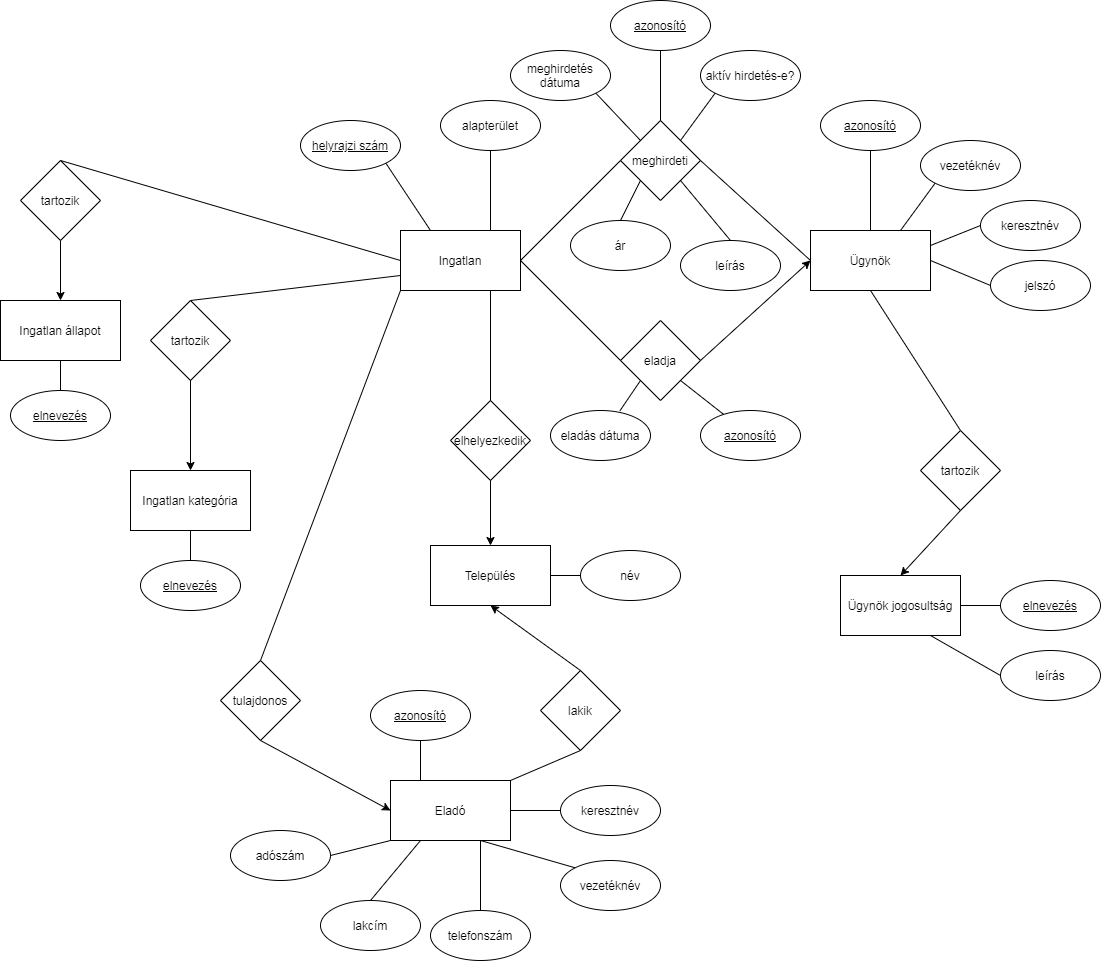
The draw.io diagram ADATBAZIS/IngatlanCentrumEK.png in MiklosArpad/szakdolgozat, before a commit. Source tidied: cells renumbered, new cells last; positions are measured from the earlier drawing's top-left corner, leaving out a move shared by most shapes. The source it was exported from:
```xml
<mxGraphModel>
  <root>
    <mxCell id="0" />
    <mxCell id="1" parent="0" />
    <mxCell id="2" value="Ingatlan" style="rounded=0;whiteSpace=wrap;html=1;" parent="1" vertex="1">
      <mxGeometry x="400" y="230" width="120" height="60" as="geometry" />
    </mxCell>
    <mxCell id="3" value="Település" style="rounded=0;whiteSpace=wrap;html=1;" parent="1" vertex="1">
      <mxGeometry x="430" y="545" width="120" height="60" as="geometry" />
    </mxCell>
    <mxCell id="4" value="Ügynök" style="rounded=0;whiteSpace=wrap;html=1;" parent="1" vertex="1">
      <mxGeometry x="810" y="230" width="120" height="60" as="geometry" />
    </mxCell>
    <mxCell id="5" value="Eladó" style="rounded=0;whiteSpace=wrap;html=1;" parent="1" vertex="1">
      <mxGeometry x="390" y="780" width="120" height="60" as="geometry" />
    </mxCell>
    <mxCell id="6" value="Ügynök jogosultság" style="rounded=0;whiteSpace=wrap;html=1;" parent="1" vertex="1">
      <mxGeometry x="840" y="575" width="120" height="60" as="geometry" />
    </mxCell>
    <mxCell id="7" value="meghirdeti" style="rhombus;whiteSpace=wrap;html=1;" parent="1" vertex="1">
      <mxGeometry x="620" y="120" width="80" height="80" as="geometry" />
    </mxCell>
    <mxCell id="8" style="endArrow=none;html=1;exitX=1;exitY=0.5;exitDx=0;exitDy=0;entryX=0;entryY=0.5;entryDx=0;entryDy=0;" parent="1" edge="1" source="2" target="7">
      <mxGeometry relative="1" as="geometry" />
    </mxCell>
    <mxCell id="9" style="endArrow=none;html=1;entryX=0;entryY=0.5;entryDx=0;entryDy=0;exitX=1;exitY=0.5;exitDx=0;exitDy=0;" parent="1" edge="1" source="7" target="4">
      <mxGeometry relative="1" as="geometry" />
    </mxCell>
    <mxCell id="10" value="aktív hirdetés-e?" style="ellipse;whiteSpace=wrap;html=1;" parent="1" vertex="1">
      <mxGeometry x="700" y="50" width="100" height="50" as="geometry" />
    </mxCell>
    <mxCell id="11" style="endArrow=none;html=1;entryX=0;entryY=1;entryDx=0;entryDy=0;exitX=1;exitY=0;exitDx=0;exitDy=0;" parent="1" edge="1" source="7" target="10">
      <mxGeometry relative="1" as="geometry" />
    </mxCell>
    <mxCell id="12" value="eladja" style="rhombus;whiteSpace=wrap;html=1;" parent="1" vertex="1">
      <mxGeometry x="620" y="320" width="80" height="80" as="geometry" />
    </mxCell>
    <mxCell id="13" style="endArrow=none;html=1;exitX=1;exitY=0.5;exitDx=0;exitDy=0;entryX=0;entryY=0.5;entryDx=0;entryDy=0;" parent="1" edge="1" source="2" target="12">
      <mxGeometry relative="1" as="geometry" />
    </mxCell>
    <mxCell id="14" value="meghirdetés dátuma" style="ellipse;whiteSpace=wrap;html=1;" parent="1" vertex="1">
      <mxGeometry x="510" y="50" width="100" height="50" as="geometry" />
    </mxCell>
    <mxCell id="15" style="endArrow=none;html=1;exitX=0;exitY=0;exitDx=0;exitDy=0;entryX=1;entryY=1;entryDx=0;entryDy=0;" parent="1" edge="1" source="7" target="14">
      <mxGeometry relative="1" as="geometry" />
    </mxCell>
    <mxCell id="16" value="eladás dátuma" style="ellipse;whiteSpace=wrap;html=1;" parent="1" vertex="1">
      <mxGeometry x="550" y="410" width="100" height="50" as="geometry" />
    </mxCell>
    <mxCell id="17" style="endArrow=none;html=1;exitX=0;exitY=1;exitDx=0;exitDy=0;entryX=0.695;entryY=0.004;entryDx=0;entryDy=0;entryPerimeter=0;" parent="1" edge="1" source="12" target="16">
      <mxGeometry relative="1" as="geometry" />
    </mxCell>
    <mxCell id="18" style="endArrow=classic;html=1;exitX=1;exitY=0.5;exitDx=0;exitDy=0;entryX=0;entryY=0.5;entryDx=0;entryDy=0;" parent="1" edge="1" source="12" target="4">
      <mxGeometry relative="1" as="geometry" />
    </mxCell>
    <mxCell id="19" value="azonosító" style="ellipse;whiteSpace=wrap;html=1;fontStyle=4;" parent="1" vertex="1">
      <mxGeometry x="700" y="410" width="100" height="50" as="geometry" />
    </mxCell>
    <mxCell id="20" style="endArrow=none;html=1;exitX=1;exitY=1;exitDx=0;exitDy=0;" parent="1" edge="1" source="12" target="19">
      <mxGeometry relative="1" as="geometry" />
    </mxCell>
    <mxCell id="21" value="helyrajzi szám" style="ellipse;whiteSpace=wrap;html=1;fontStyle=4;" parent="1" vertex="1">
      <mxGeometry x="300" y="120" width="100" height="50" as="geometry" />
    </mxCell>
    <mxCell id="22" style="endArrow=none;html=1;exitX=0.25;exitY=0;exitDx=0;exitDy=0;entryX=1;entryY=1;entryDx=0;entryDy=0;" parent="1" edge="1" source="2" target="21">
      <mxGeometry relative="1" as="geometry" />
    </mxCell>
    <mxCell id="23" value="azonosító" style="ellipse;whiteSpace=wrap;html=1;fontStyle=4;" parent="1" vertex="1">
      <mxGeometry x="610" width="100" height="50" as="geometry" />
    </mxCell>
    <mxCell id="24" style="endArrow=none;html=1;exitX=0.5;exitY=0;exitDx=0;exitDy=0;entryX=0.5;entryY=1;entryDx=0;entryDy=0;" parent="1" edge="1" source="7" target="23">
      <mxGeometry relative="1" as="geometry" />
    </mxCell>
    <mxCell id="25" value="azonosító" style="ellipse;whiteSpace=wrap;html=1;fontStyle=4;" parent="1" vertex="1">
      <mxGeometry x="370" y="690" width="100" height="50" as="geometry" />
    </mxCell>
    <mxCell id="26" style="endArrow=none;html=1;exitX=0.25;exitY=0;exitDx=0;exitDy=0;entryX=0.5;entryY=1;entryDx=0;entryDy=0;fontStyle=4;" parent="1" edge="1" source="5" target="25">
      <mxGeometry relative="1" as="geometry" />
    </mxCell>
    <mxCell id="27" value="jelszó" style="ellipse;whiteSpace=wrap;html=1;fontStyle=0;" parent="1" vertex="1">
      <mxGeometry x="990" y="260" width="100" height="50" as="geometry" />
    </mxCell>
    <mxCell id="28" style="endArrow=none;html=1;entryX=0;entryY=0.5;entryDx=0;entryDy=0;exitX=1;exitY=0.5;exitDx=0;exitDy=0;" parent="1" edge="1" source="4" target="27">
      <mxGeometry relative="1" as="geometry" />
    </mxCell>
    <mxCell id="29" value="leírás" style="ellipse;whiteSpace=wrap;html=1;fontStyle=0;" parent="1" vertex="1">
      <mxGeometry x="680" y="240" width="100" height="50" as="geometry" />
    </mxCell>
    <mxCell id="30" style="endArrow=none;html=1;exitX=1;exitY=1;exitDx=0;exitDy=0;entryX=0.5;entryY=0;entryDx=0;entryDy=0;" parent="1" edge="1" source="7" target="29">
      <mxGeometry relative="1" as="geometry" />
    </mxCell>
    <mxCell id="31" value="ár" style="ellipse;whiteSpace=wrap;html=1;fontStyle=0;" parent="1" vertex="1">
      <mxGeometry x="570" y="220" width="100" height="50" as="geometry" />
    </mxCell>
    <mxCell id="32" style="endArrow=none;html=1;exitX=0;exitY=1;exitDx=0;exitDy=0;entryX=0.5;entryY=0;entryDx=0;entryDy=0;" parent="1" edge="1" source="7" target="31">
      <mxGeometry relative="1" as="geometry" />
    </mxCell>
    <mxCell id="33" value="alapterület" style="ellipse;whiteSpace=wrap;html=1;fontStyle=0;" parent="1" vertex="1">
      <mxGeometry x="440" y="100" width="100" height="50" as="geometry" />
    </mxCell>
    <mxCell id="34" style="endArrow=none;html=1;exitX=0.75;exitY=0;exitDx=0;exitDy=0;entryX=0.5;entryY=1;entryDx=0;entryDy=0;" parent="1" edge="1" source="2" target="33">
      <mxGeometry relative="1" as="geometry" />
    </mxCell>
    <mxCell id="35" value="azonosító" style="ellipse;whiteSpace=wrap;html=1;fontStyle=4;" parent="1" vertex="1">
      <mxGeometry x="820" y="100" width="100" height="50" as="geometry" />
    </mxCell>
    <mxCell id="36" style="endArrow=none;html=1;exitX=0.5;exitY=0;exitDx=0;exitDy=0;entryX=0.5;entryY=1;entryDx=0;entryDy=0;" parent="1" edge="1" source="4" target="35">
      <mxGeometry relative="1" as="geometry" />
    </mxCell>
    <mxCell id="37" value="vezetéknév" style="ellipse;whiteSpace=wrap;html=1;fontStyle=0;" parent="1" vertex="1">
      <mxGeometry x="560" y="860" width="100" height="50" as="geometry" />
    </mxCell>
    <mxCell id="38" style="endArrow=none;html=1;entryX=0;entryY=0;entryDx=0;entryDy=0;exitX=0.75;exitY=1;exitDx=0;exitDy=0;" parent="1" edge="1" source="5" target="37">
      <mxGeometry relative="1" as="geometry" />
    </mxCell>
    <mxCell id="39" value="keresztnév" style="ellipse;whiteSpace=wrap;html=1;fontStyle=0;" parent="1" vertex="1">
      <mxGeometry x="560" y="785" width="100" height="50" as="geometry" />
    </mxCell>
    <mxCell id="40" style="endArrow=none;html=1;entryX=0;entryY=0.5;entryDx=0;entryDy=0;exitX=1;exitY=0.5;exitDx=0;exitDy=0;" parent="1" edge="1" source="5" target="39">
      <mxGeometry relative="1" as="geometry" />
    </mxCell>
    <mxCell id="41" style="endArrow=none;html=1;entryX=0.75;entryY=0;entryDx=0;entryDy=0;exitX=0;exitY=1;exitDx=0;exitDy=0;" parent="1" edge="1" source="44" target="4">
      <mxGeometry relative="1" as="geometry" />
    </mxCell>
    <mxCell id="42" value="keresztnév" style="ellipse;whiteSpace=wrap;html=1;fontStyle=0;" parent="1" vertex="1">
      <mxGeometry x="980" y="200" width="100" height="50" as="geometry" />
    </mxCell>
    <mxCell id="43" style="endArrow=none;html=1;entryX=0;entryY=0.5;entryDx=0;entryDy=0;exitX=1;exitY=0.25;exitDx=0;exitDy=0;" parent="1" edge="1" source="4" target="42">
      <mxGeometry relative="1" as="geometry" />
    </mxCell>
    <mxCell id="44" value="vezetéknév" style="ellipse;whiteSpace=wrap;html=1;fontStyle=0;" parent="1" vertex="1">
      <mxGeometry x="920" y="140" width="100" height="50" as="geometry" />
    </mxCell>
    <mxCell id="45" value="lakik" style="rhombus;whiteSpace=wrap;html=1;" parent="1" vertex="1">
      <mxGeometry x="540" y="670" width="80" height="80" as="geometry" />
    </mxCell>
    <mxCell id="46" value="elhelyezkedik" style="rhombus;whiteSpace=wrap;html=1;" parent="1" vertex="1">
      <mxGeometry x="450" y="400" width="80" height="80" as="geometry" />
    </mxCell>
    <mxCell id="47" value="tartozik" style="rhombus;whiteSpace=wrap;html=1;" parent="1" vertex="1">
      <mxGeometry x="150" y="300" width="80" height="80" as="geometry" />
    </mxCell>
    <mxCell id="48" value="tartozik" style="rhombus;whiteSpace=wrap;html=1;" parent="1" vertex="1">
      <mxGeometry x="20" y="160" width="80" height="80" as="geometry" />
    </mxCell>
    <mxCell id="49" value="tartozik" style="rhombus;whiteSpace=wrap;html=1;" parent="1" vertex="1">
      <mxGeometry x="920" y="430" width="80" height="80" as="geometry" />
    </mxCell>
    <mxCell id="50" style="endArrow=none;html=1;exitX=0.5;exitY=0;exitDx=0;exitDy=0;entryX=0.75;entryY=1;entryDx=0;entryDy=0;" parent="1" edge="1" source="46" target="2">
      <mxGeometry relative="1" as="geometry" />
    </mxCell>
    <mxCell id="51" style="endArrow=classic;html=1;entryX=0.5;entryY=0;entryDx=0;entryDy=0;exitX=0.5;exitY=1;exitDx=0;exitDy=0;" parent="1" edge="1" source="46" target="3">
      <mxGeometry relative="1" as="geometry" />
    </mxCell>
    <mxCell id="52" value="név" style="ellipse;whiteSpace=wrap;html=1;fontStyle=0;" parent="1" vertex="1">
      <mxGeometry x="580" y="550" width="100" height="50" as="geometry" />
    </mxCell>
    <mxCell id="53" style="endArrow=none;html=1;entryX=0;entryY=0.5;entryDx=0;entryDy=0;exitX=1;exitY=0.5;exitDx=0;exitDy=0;" parent="1" edge="1" source="3" target="52">
      <mxGeometry relative="1" as="geometry" />
    </mxCell>
    <mxCell id="54" style="endArrow=classic;html=1;entryX=0.5;entryY=0;entryDx=0;entryDy=0;exitX=0.5;exitY=1;exitDx=0;exitDy=0;" parent="1" edge="1" source="49" target="6">
      <mxGeometry relative="1" as="geometry" />
    </mxCell>
    <mxCell id="55" style="endArrow=none;html=1;entryX=0.5;entryY=1;entryDx=0;entryDy=0;exitX=0.5;exitY=0;exitDx=0;exitDy=0;" parent="1" edge="1" source="49" target="4">
      <mxGeometry relative="1" as="geometry" />
    </mxCell>
    <mxCell id="56" value="elnevezés" style="ellipse;whiteSpace=wrap;html=1;fontStyle=4;" parent="1" vertex="1">
      <mxGeometry x="1000" y="580" width="100" height="50" as="geometry" />
    </mxCell>
    <mxCell id="57" style="endArrow=none;html=1;entryX=0;entryY=0.5;entryDx=0;entryDy=0;exitX=1;exitY=0.5;exitDx=0;exitDy=0;" parent="1" edge="1" source="6" target="56">
      <mxGeometry relative="1" as="geometry" />
    </mxCell>
    <mxCell id="58" style="endArrow=classic;html=1;entryX=0.5;entryY=1;entryDx=0;entryDy=0;exitX=0.5;exitY=0;exitDx=0;exitDy=0;" parent="1" edge="1" source="45" target="3">
      <mxGeometry relative="1" as="geometry" />
    </mxCell>
    <mxCell id="59" style="endArrow=none;html=1;entryX=0.5;entryY=1;entryDx=0;entryDy=0;exitX=1;exitY=0;exitDx=0;exitDy=0;" parent="1" edge="1" source="5" target="45">
      <mxGeometry relative="1" as="geometry" />
    </mxCell>
    <mxCell id="60" value="Ingatlan kategória" style="rounded=0;whiteSpace=wrap;html=1;" parent="1" vertex="1">
      <mxGeometry x="130" y="470" width="120" height="60" as="geometry" />
    </mxCell>
    <mxCell id="61" value="elnevezés" style="ellipse;whiteSpace=wrap;html=1;fontStyle=4;" parent="1" vertex="1">
      <mxGeometry x="140" y="560" width="100" height="50" as="geometry" />
    </mxCell>
    <mxCell id="62" style="endArrow=none;html=1;entryX=0.5;entryY=0;entryDx=0;entryDy=0;exitX=0.5;exitY=1;exitDx=0;exitDy=0;" parent="1" edge="1" source="60" target="61">
      <mxGeometry relative="1" as="geometry" />
    </mxCell>
    <mxCell id="63" value="Ingatlan állapot" style="rounded=0;whiteSpace=wrap;html=1;" parent="1" vertex="1">
      <mxGeometry y="300" width="120" height="60" as="geometry" />
    </mxCell>
    <mxCell id="64" value="elnevezés" style="ellipse;whiteSpace=wrap;html=1;fontStyle=4;" parent="1" vertex="1">
      <mxGeometry x="10" y="390" width="100" height="50" as="geometry" />
    </mxCell>
    <mxCell id="65" style="endArrow=none;html=1;entryX=0.5;entryY=0;entryDx=0;entryDy=0;exitX=0.5;exitY=1;exitDx=0;exitDy=0;" parent="1" edge="1" source="63" target="64">
      <mxGeometry relative="1" as="geometry" />
    </mxCell>
    <mxCell id="66" style="endArrow=classic;html=1;exitX=0.5;exitY=1;exitDx=0;exitDy=0;entryX=0.5;entryY=0;entryDx=0;entryDy=0;" parent="1" edge="1" source="47" target="60">
      <mxGeometry relative="1" as="geometry" />
    </mxCell>
    <mxCell id="67" style="endArrow=classic;html=1;exitX=0.5;exitY=1;exitDx=0;exitDy=0;entryX=0.5;entryY=0;entryDx=0;entryDy=0;" parent="1" edge="1" source="48" target="63">
      <mxGeometry relative="1" as="geometry" />
    </mxCell>
    <mxCell id="68" style="endArrow=none;html=1;exitX=0.5;exitY=0;exitDx=0;exitDy=0;entryX=0;entryY=0.75;entryDx=0;entryDy=0;" parent="1" edge="1" source="47" target="2">
      <mxGeometry relative="1" as="geometry" />
    </mxCell>
    <mxCell id="69" style="endArrow=none;html=1;exitX=0.5;exitY=0;exitDx=0;exitDy=0;entryX=0;entryY=0.5;entryDx=0;entryDy=0;" parent="1" edge="1" source="48" target="2">
      <mxGeometry relative="1" as="geometry" />
    </mxCell>
    <mxCell id="70" value="tulajdonos" style="rhombus;whiteSpace=wrap;html=1;" parent="1" vertex="1">
      <mxGeometry x="220" y="660" width="80" height="80" as="geometry" />
    </mxCell>
    <mxCell id="71" style="endArrow=classic;html=1;exitX=0.5;exitY=1;exitDx=0;exitDy=0;entryX=0;entryY=0.5;entryDx=0;entryDy=0;" parent="1" edge="1" source="70" target="5">
      <mxGeometry relative="1" as="geometry" />
    </mxCell>
    <mxCell id="72" style="endArrow=none;html=1;exitX=0.5;exitY=0;exitDx=0;exitDy=0;entryX=0;entryY=1;entryDx=0;entryDy=0;" parent="1" edge="1" source="70" target="2">
      <mxGeometry relative="1" as="geometry" />
    </mxCell>
    <mxCell id="73" value="telefonszám" style="ellipse;whiteSpace=wrap;html=1;fontStyle=0;" parent="1" vertex="1">
      <mxGeometry x="430" y="910" width="100" height="50" as="geometry" />
    </mxCell>
    <mxCell id="74" value="adószám" style="ellipse;whiteSpace=wrap;html=1;fontStyle=0;" parent="1" vertex="1">
      <mxGeometry x="230" y="830" width="100" height="50" as="geometry" />
    </mxCell>
    <mxCell id="75" value="lakcím" style="ellipse;whiteSpace=wrap;html=1;fontStyle=0;" parent="1" vertex="1">
      <mxGeometry x="320" y="900" width="100" height="50" as="geometry" />
    </mxCell>
    <mxCell id="76" style="endArrow=none;html=1;entryX=0;entryY=1;entryDx=0;entryDy=0;exitX=1;exitY=0.5;exitDx=0;exitDy=0;" parent="1" edge="1" source="74" target="5">
      <mxGeometry relative="1" as="geometry" />
    </mxCell>
    <mxCell id="77" style="endArrow=none;html=1;entryX=0.75;entryY=1;entryDx=0;entryDy=0;exitX=0.5;exitY=0;exitDx=0;exitDy=0;" parent="1" edge="1" source="73" target="5">
      <mxGeometry relative="1" as="geometry" />
    </mxCell>
    <mxCell id="78" style="endArrow=none;html=1;exitX=0.5;exitY=0;exitDx=0;exitDy=0;entryX=0.25;entryY=1;entryDx=0;entryDy=0;" parent="1" edge="1" source="75" target="5">
      <mxGeometry relative="1" as="geometry" />
    </mxCell>
    <mxCell id="79" style="endArrow=none;html=1;entryX=0.75;entryY=1;entryDx=0;entryDy=0;exitX=0;exitY=0.5;exitDx=0;exitDy=0;" parent="1" edge="1" source="80" target="6">
      <mxGeometry relative="1" as="geometry" />
    </mxCell>
    <mxCell id="80" value="leírás" style="ellipse;whiteSpace=wrap;html=1;fontStyle=0;" parent="1" vertex="1">
      <mxGeometry x="1000" y="650" width="100" height="50" as="geometry" />
    </mxCell>
  </root>
</mxGraphModel>
```
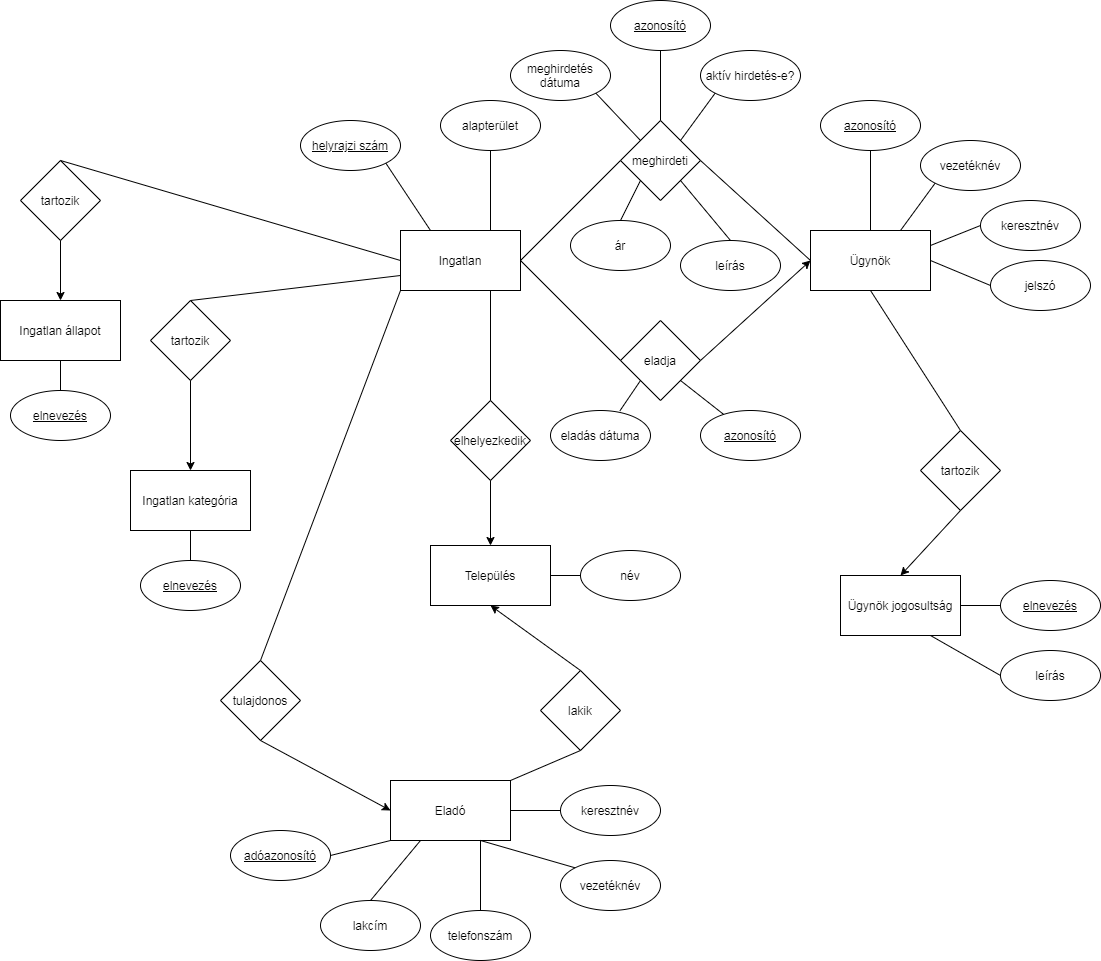
After the change.

What changed in the source:
```diff
@@ -71,12 +71,6 @@
     <mxCell id="24" style="endArrow=none;html=1;exitX=0.5;exitY=0;exitDx=0;exitDy=0;entryX=0.5;entryY=1;entryDx=0;entryDy=0;" parent="1" edge="1" source="7" target="23">
       <mxGeometry relative="1" as="geometry" />
     </mxCell>
-    <mxCell id="25" value="azonosító" style="ellipse;whiteSpace=wrap;html=1;fontStyle=4;" parent="1" vertex="1">
-      <mxGeometry x="370" y="690" width="100" height="50" as="geometry" />
-    </mxCell>
-    <mxCell id="26" style="endArrow=none;html=1;exitX=0.25;exitY=0;exitDx=0;exitDy=0;entryX=0.5;entryY=1;entryDx=0;entryDy=0;fontStyle=4;" parent="1" edge="1" source="5" target="25">
-      <mxGeometry relative="1" as="geometry" />
-    </mxCell>
     <mxCell id="27" value="jelszó" style="ellipse;whiteSpace=wrap;html=1;fontStyle=0;" parent="1" vertex="1">
       <mxGeometry x="990" y="260" width="100" height="50" as="geometry" />
     </mxCell>
@@ -218,7 +212,7 @@
     <mxCell id="73" value="telefonszám" style="ellipse;whiteSpace=wrap;html=1;fontStyle=0;" parent="1" vertex="1">
       <mxGeometry x="430" y="910" width="100" height="50" as="geometry" />
     </mxCell>
-    <mxCell id="74" value="adószám" style="ellipse;whiteSpace=wrap;html=1;fontStyle=0;" parent="1" vertex="1">
+    <mxCell id="74" value="adóazonosító" style="ellipse;whiteSpace=wrap;html=1;fontStyle=4;" parent="1" vertex="1">
       <mxGeometry x="230" y="830" width="100" height="50" as="geometry" />
     </mxCell>
     <mxCell id="75" value="lakcím" style="ellipse;whiteSpace=wrap;html=1;fontStyle=0;" parent="1" vertex="1">
```
